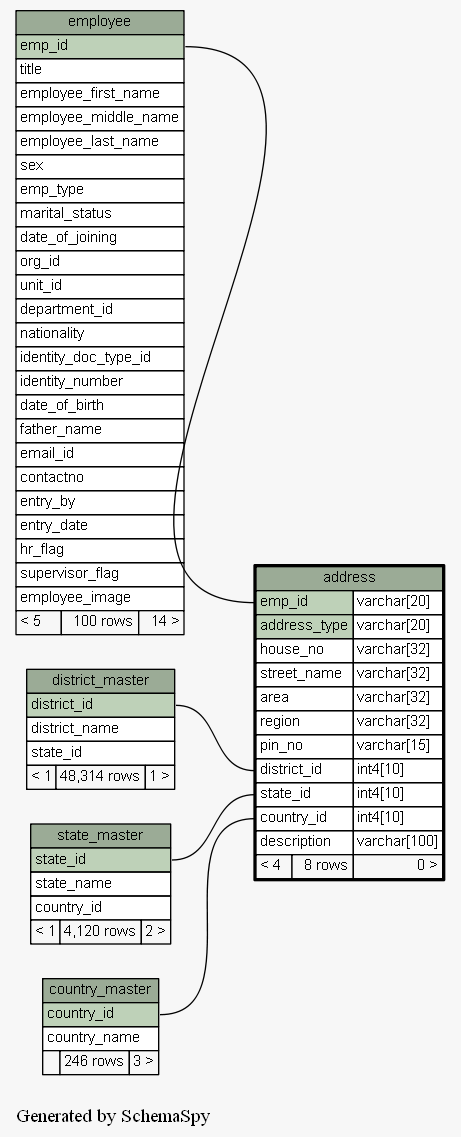
Above: docs/database/schemaspy/graphs/address.1degree.png in engineerscraft/hrms (Graphviz), before the change. Its source is kept beside it as docs/database/schemaspy/graphs/address.1degree.dot. Its diagram source:
```dot
digraph "oneDegreeRelationshipsGraph" {
  graph [
    rankdir="RL"
    bgcolor="#f7f7f7"
    label="\nGenerated by SchemaSpy"
    labeljust="l"
  ];
  node [
    fontname="Helvetica"
    fontsize="11"
    shape="plaintext"
  ];
  edge [
    arrowsize="0.8"
  ];
  "address":"country_id":w -> "country_master":"country_id":e [arrowtail=crowodot arrowhead=none];
  "address":"district_id":w -> "district_master":"district_id":e [arrowtail=crowodot arrowhead=none];
  "address":"emp_id":w -> "employee":"emp_id":e [arrowtail=crowtee arrowhead=none];
  "address":"state_id":w -> "state_master":"state_id":e [arrowtail=crowodot arrowhead=none];
  "address" [
    label=<
    <TABLE BORDER="2" CELLBORDER="1" CELLSPACING="0" BGCOLOR="#ffffff">
      <TR><TD PORT="address.heading" COLSPAN="3" BGCOLOR="#9bab96" ALIGN="CENTER">address</TD></TR>
      <TR><TD PORT="emp_id" COLSPAN="2" BGCOLOR="#bed1b8" ALIGN="LEFT">emp_id</TD><TD PORT="emp_id.type" ALIGN="LEFT">varchar[20]</TD></TR>
      <TR><TD PORT="address_type" COLSPAN="2" BGCOLOR="#bed1b8" ALIGN="LEFT">address_type</TD><TD PORT="address_type.type" ALIGN="LEFT">varchar[20]</TD></TR>
      <TR><TD PORT="house_no" COLSPAN="2" ALIGN="LEFT">house_no</TD><TD PORT="house_no.type" ALIGN="LEFT">varchar[32]</TD></TR>
      <TR><TD PORT="street_name" COLSPAN="2" ALIGN="LEFT">street_name</TD><TD PORT="street_name.type" ALIGN="LEFT">varchar[32]</TD></TR>
      <TR><TD PORT="area" COLSPAN="2" ALIGN="LEFT">area</TD><TD PORT="area.type" ALIGN="LEFT">varchar[32]</TD></TR>
      <TR><TD PORT="region" COLSPAN="2" ALIGN="LEFT">region</TD><TD PORT="region.type" ALIGN="LEFT">varchar[32]</TD></TR>
      <TR><TD PORT="pin_no" COLSPAN="2" ALIGN="LEFT">pin_no</TD><TD PORT="pin_no.type" ALIGN="LEFT">varchar[15]</TD></TR>
      <TR><TD PORT="district_id" COLSPAN="2" ALIGN="LEFT">district_id</TD><TD PORT="district_id.type" ALIGN="LEFT">int4[10]</TD></TR>
      <TR><TD PORT="state_id" COLSPAN="2" ALIGN="LEFT">state_id</TD><TD PORT="state_id.type" ALIGN="LEFT">int4[10]</TD></TR>
      <TR><TD PORT="country_id" COLSPAN="2" ALIGN="LEFT">country_id</TD><TD PORT="country_id.type" ALIGN="LEFT">int4[10]</TD></TR>
      <TR><TD PORT="description" COLSPAN="2" ALIGN="LEFT">description</TD><TD PORT="description.type" ALIGN="LEFT">varchar[100]</TD></TR>
      <TR><TD ALIGN="LEFT" BGCOLOR="#f7f7f7">&lt; 4</TD><TD ALIGN="RIGHT" BGCOLOR="#f7f7f7">8 rows</TD><TD ALIGN="RIGHT" BGCOLOR="#f7f7f7">0 &gt;</TD></TR>
    </TABLE>>
    URL="address.html#"
    tooltip="address"
  ];
  "country_master" [
    label=<
    <TABLE BORDER="0" CELLBORDER="1" CELLSPACING="0" BGCOLOR="#ffffff">
      <TR><TD PORT="country_master.heading" COLSPAN="3" BGCOLOR="#9bab96" ALIGN="CENTER">country_master</TD></TR>
      <TR><TD PORT="country_id" COLSPAN="3" BGCOLOR="#bed1b8" ALIGN="LEFT">country_id</TD></TR>
      <TR><TD PORT="country_name" COLSPAN="3" ALIGN="LEFT">country_name</TD></TR>
      <TR><TD ALIGN="LEFT" BGCOLOR="#f7f7f7">  </TD><TD ALIGN="RIGHT" BGCOLOR="#f7f7f7">246 rows</TD><TD ALIGN="RIGHT" BGCOLOR="#f7f7f7">3 &gt;</TD></TR>
    </TABLE>>
    URL="country_master.html#graph"
    tooltip="country_master"
  ];
  "district_master" [
    label=<
    <TABLE BORDER="0" CELLBORDER="1" CELLSPACING="0" BGCOLOR="#ffffff">
      <TR><TD PORT="district_master.heading" COLSPAN="3" BGCOLOR="#9bab96" ALIGN="CENTER">district_master</TD></TR>
      <TR><TD PORT="district_id" COLSPAN="3" BGCOLOR="#bed1b8" ALIGN="LEFT">district_id</TD></TR>
      <TR><TD PORT="district_name" COLSPAN="3" ALIGN="LEFT">district_name</TD></TR>
      <TR><TD PORT="state_id" COLSPAN="3" ALIGN="LEFT">state_id</TD></TR>
      <TR><TD ALIGN="LEFT" BGCOLOR="#f7f7f7">&lt; 1</TD><TD ALIGN="RIGHT" BGCOLOR="#f7f7f7">48,314 rows</TD><TD ALIGN="RIGHT" BGCOLOR="#f7f7f7">1 &gt;</TD></TR>
    </TABLE>>
    URL="district_master.html#graph"
    tooltip="district_master"
  ];
  "employee" [
    label=<
    <TABLE BORDER="0" CELLBORDER="1" CELLSPACING="0" BGCOLOR="#ffffff">
      <TR><TD PORT="employee.heading" COLSPAN="3" BGCOLOR="#9bab96" ALIGN="CENTER">employee</TD></TR>
      <TR><TD PORT="emp_id" COLSPAN="3" BGCOLOR="#bed1b8" ALIGN="LEFT">emp_id</TD></TR>
      <TR><TD PORT="title" COLSPAN="3" ALIGN="LEFT">title</TD></TR>
      <TR><TD PORT="employee_first_name" COLSPAN="3" ALIGN="LEFT">employee_first_name</TD></TR>
      <TR><TD PORT="employee_middle_name" COLSPAN="3" ALIGN="LEFT">employee_middle_name</TD></TR>
      <TR><TD PORT="employee_last_name" COLSPAN="3" ALIGN="LEFT">employee_last_name</TD></TR>
      <TR><TD PORT="sex" COLSPAN="3" ALIGN="LEFT">sex</TD></TR>
      <TR><TD PORT="emp_type" COLSPAN="3" ALIGN="LEFT">emp_type</TD></TR>
      <TR><TD PORT="marital_status" COLSPAN="3" ALIGN="LEFT">marital_status</TD></TR>
      <TR><TD PORT="date_of_joining" COLSPAN="3" ALIGN="LEFT">date_of_joining</TD></TR>
      <TR><TD PORT="org_id" COLSPAN="3" ALIGN="LEFT">org_id</TD></TR>
      <TR><TD PORT="unit_id" COLSPAN="3" ALIGN="LEFT">unit_id</TD></TR>
      <TR><TD PORT="department_id" COLSPAN="3" ALIGN="LEFT">department_id</TD></TR>
      <TR><TD PORT="nationality" COLSPAN="3" ALIGN="LEFT">nationality</TD></TR>
      <TR><TD PORT="identity_doc_type_id" COLSPAN="3" ALIGN="LEFT">identity_doc_type_id</TD></TR>
      <TR><TD PORT="identity_number" COLSPAN="3" ALIGN="LEFT">identity_number</TD></TR>
      <TR><TD PORT="date_of_birth" COLSPAN="3" ALIGN="LEFT">date_of_birth</TD></TR>
      <TR><TD PORT="father_name" COLSPAN="3" ALIGN="LEFT">father_name</TD></TR>
      <TR><TD PORT="email_id" COLSPAN="3" ALIGN="LEFT">email_id</TD></TR>
      <TR><TD PORT="contactno" COLSPAN="3" ALIGN="LEFT">contactno</TD></TR>
      <TR><TD PORT="entry_by" COLSPAN="3" ALIGN="LEFT">entry_by</TD></TR>
      <TR><TD PORT="entry_date" COLSPAN="3" ALIGN="LEFT">entry_date</TD></TR>
      <TR><TD PORT="hr_flag" COLSPAN="3" ALIGN="LEFT">hr_flag</TD></TR>
      <TR><TD PORT="supervisor_flag" COLSPAN="3" ALIGN="LEFT">supervisor_flag</TD></TR>
      <TR><TD PORT="employee_image" COLSPAN="3" ALIGN="LEFT">employee_image</TD></TR>
      <TR><TD ALIGN="LEFT" BGCOLOR="#f7f7f7">&lt; 5</TD><TD ALIGN="RIGHT" BGCOLOR="#f7f7f7">100 rows</TD><TD ALIGN="RIGHT" BGCOLOR="#f7f7f7">14 &gt;</TD></TR>
    </TABLE>>
    URL="employee.html#graph"
    tooltip="employee"
  ];
  "state_master" [
    label=<
    <TABLE BORDER="0" CELLBORDER="1" CELLSPACING="0" BGCOLOR="#ffffff">
      <TR><TD PORT="state_master.heading" COLSPAN="3" BGCOLOR="#9bab96" ALIGN="CENTER">state_master</TD></TR>
      <TR><TD PORT="state_id" COLSPAN="3" BGCOLOR="#bed1b8" ALIGN="LEFT">state_id</TD></TR>
      <TR><TD PORT="state_name" COLSPAN="3" ALIGN="LEFT">state_name</TD></TR>
      <TR><TD PORT="country_id" COLSPAN="3" ALIGN="LEFT">country_id</TD></TR>
      <TR><TD ALIGN="LEFT" BGCOLOR="#f7f7f7">&lt; 1</TD><TD ALIGN="RIGHT" BGCOLOR="#f7f7f7">4,120 rows</TD><TD ALIGN="RIGHT" BGCOLOR="#f7f7f7">2 &gt;</TD></TR>
    </TABLE>>
    URL="state_master.html#graph"
    tooltip="state_master"
  ];
}
```
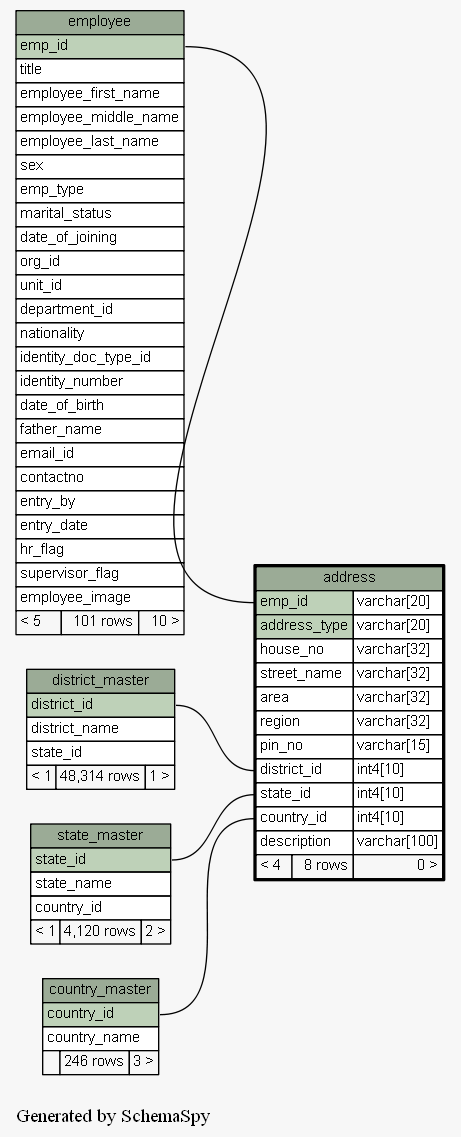
After the commit.

Diff of the diagram source:
```diff
@@ -88,7 +88,7 @@
       <TR><TD PORT="hr_flag" COLSPAN="3" ALIGN="LEFT">hr_flag</TD></TR>
       <TR><TD PORT="supervisor_flag" COLSPAN="3" ALIGN="LEFT">supervisor_flag</TD></TR>
       <TR><TD PORT="employee_image" COLSPAN="3" ALIGN="LEFT">employee_image</TD></TR>
-      <TR><TD ALIGN="LEFT" BGCOLOR="#f7f7f7">&lt; 5</TD><TD ALIGN="RIGHT" BGCOLOR="#f7f7f7">100 rows</TD><TD ALIGN="RIGHT" BGCOLOR="#f7f7f7">14 &gt;</TD></TR>
+      <TR><TD ALIGN="LEFT" BGCOLOR="#f7f7f7">&lt; 5</TD><TD ALIGN="RIGHT" BGCOLOR="#f7f7f7">101 rows</TD><TD ALIGN="RIGHT" BGCOLOR="#f7f7f7">10 &gt;</TD></TR>
     </TABLE>>
     URL="employee.html#graph"
     tooltip="employee"
```
